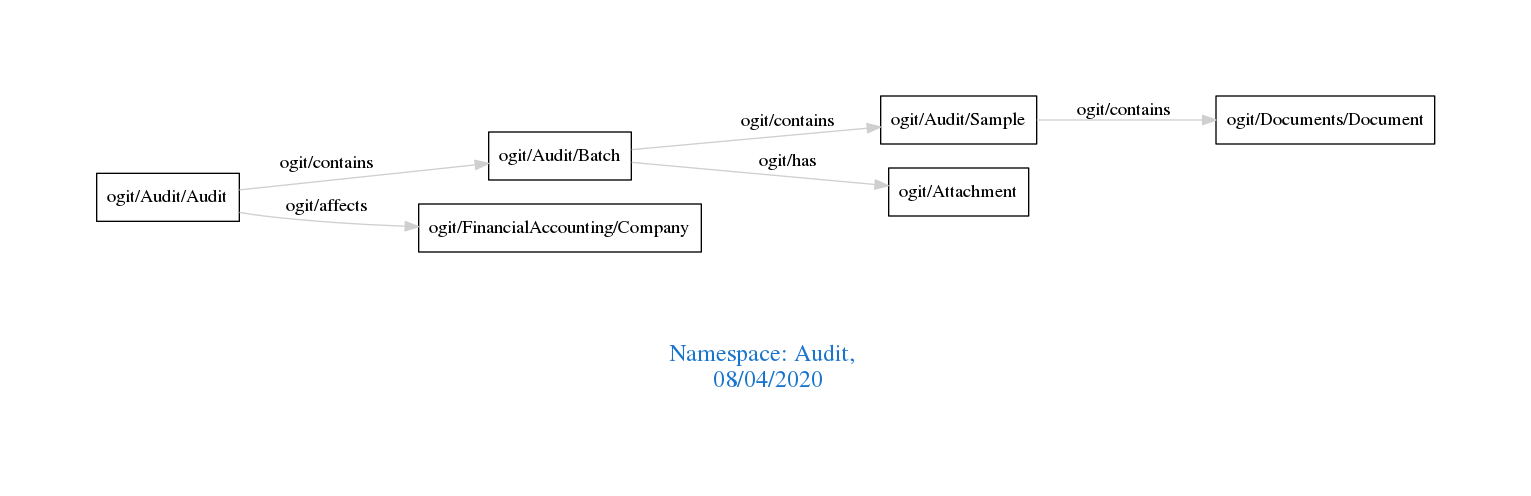
Earlier version of the Graphviz export downloads/Audit.png (arago/OGIT). Its source is kept beside it as downloads/Audit.dot.
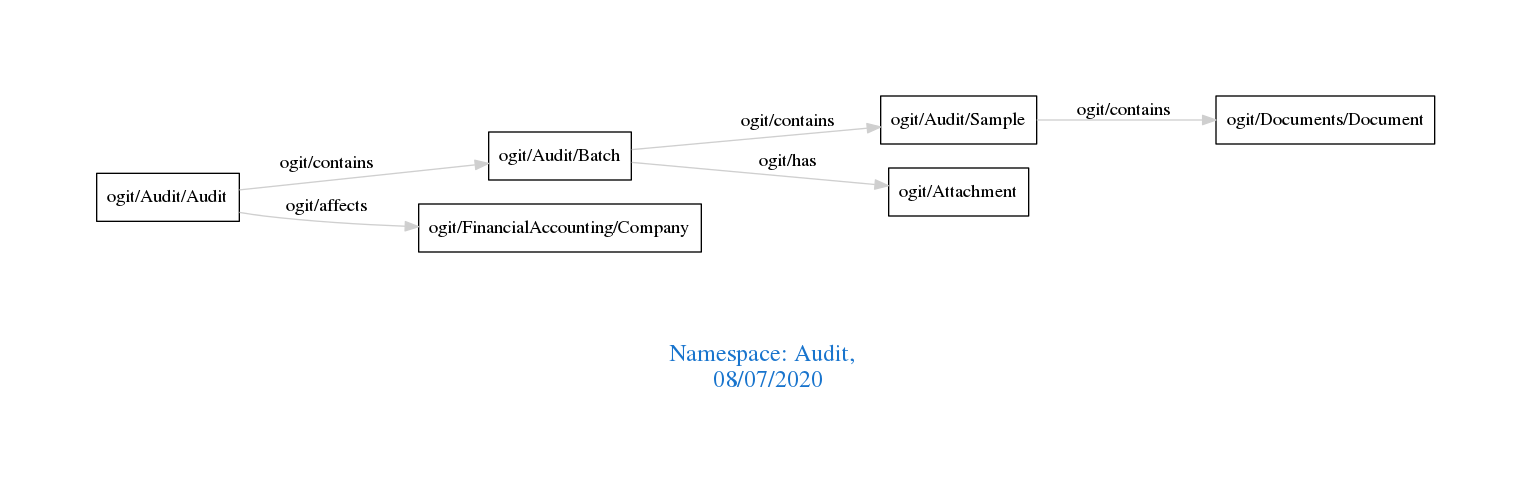
After the change.

Change to the diagram source:
```diff
@@ -1,7 +1,7 @@
 digraph OGIT_ontology {
  graph [ rankdir= LR,pad=1
 fontsize = 18,
-fontcolor= dodgerblue3,label = "\n\n\nNamespace: Audit, \n 08/04/2020"];
+fontcolor= dodgerblue3,label = "\n\n\nNamespace: Audit, \n 08/07/2020"];
 node[shape=polygon];
 edge [  color="gray81"];
 
```
